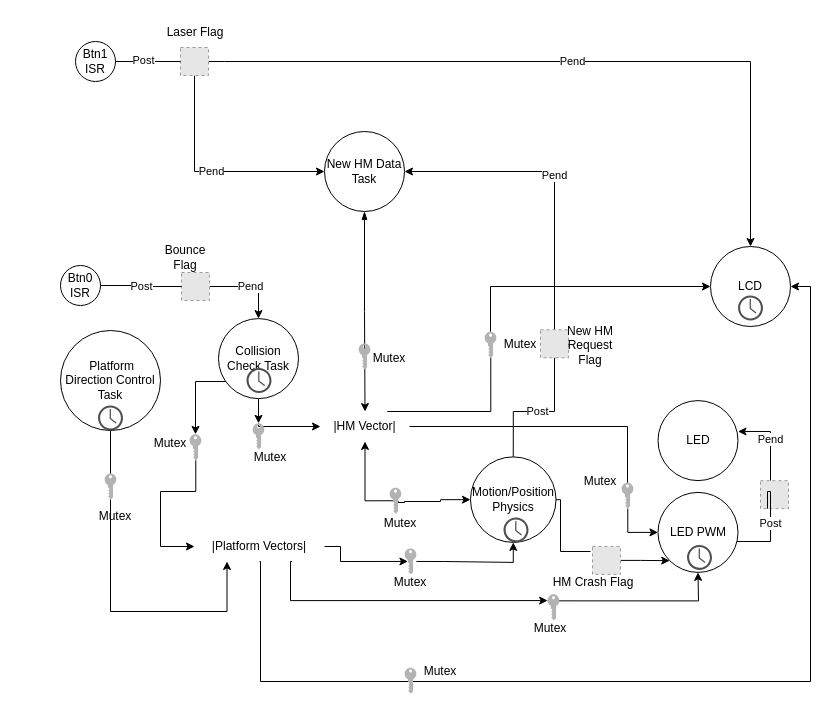
Earlier version of the draw.io diagram Tommy_Ramirez_ECEN3753_HarkonnenPong.drawio.xml (thra6614/Tommy_Ramirez_ECEN3753_Project_HarkonnenPong). Source tidied: cells renumbered, new cells numbered last; positions are measured from the earlier drawing's top-left corner, leaving out a move shared by most shapes. Both pictures are drawn from the tidied source at 100%, with x=0, y=0 at pixel (60, 17). Pictures stored in the file or linked from it are replaced by grey dashed boxes.
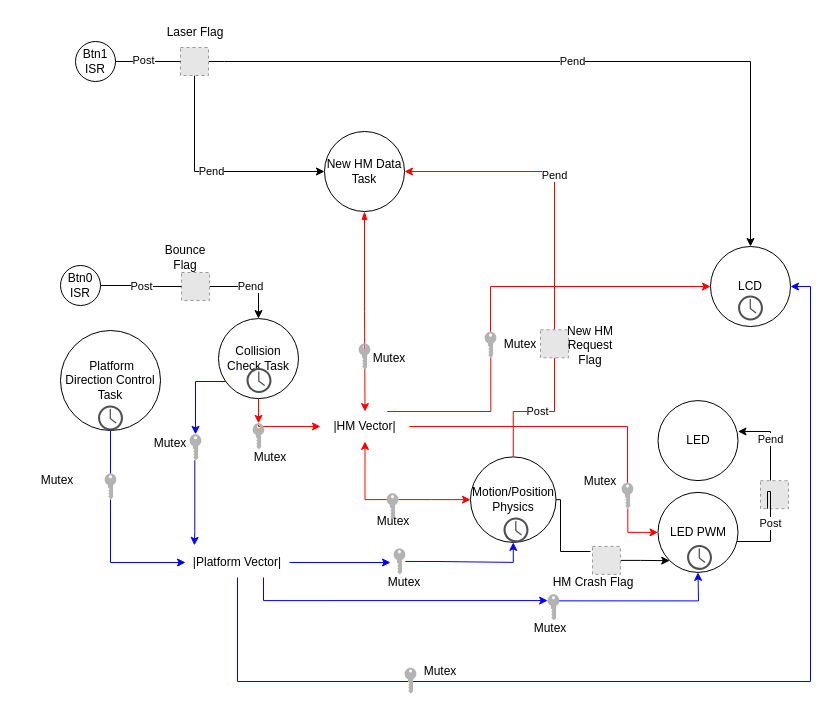
After the change.

The change refers to these unchanged cells:
```xml
<mxCell id="3" value="&amp;nbsp;Platform Direction Control Task" style="ellipse;whiteSpace=wrap;html=1;" parent="1" vertex="1">
  <mxGeometry y="313" width="100" height="100" as="geometry" />
</mxCell>
<mxCell id="9" value="New HM Data Task" style="ellipse;whiteSpace=wrap;html=1;" parent="1" vertex="1">
  <mxGeometry x="264" y="114" width="80" height="80" as="geometry" />
</mxCell>
<mxCell id="10" value="LCD" style="ellipse;whiteSpace=wrap;html=1;" parent="1" vertex="1">
  <mxGeometry x="650" y="229" width="80" height="80" as="geometry" />
</mxCell>
<mxCell id="15" value="Motion/Position Physics" style="ellipse;whiteSpace=wrap;html=1;" parent="1" vertex="1">
  <mxGeometry x="410" y="439.4" width="85.5" height="85.5" as="geometry" />
</mxCell>
<mxCell id="21" value="Collision Check Task" style="ellipse;whiteSpace=wrap;html=1;" parent="1" vertex="1">
  <mxGeometry x="158" y="301.1" width="80" height="80" as="geometry" />
</mxCell>
<mxCell id="31" style="points=[[0,0.5,0],[0.24,0,0],[0.5,0.28,0],[0.995,0.475,0],[0.5,0.72,0],[0.24,1,0]];verticalLabelPosition=bottom;sketch=0;html=1;verticalAlign=top;align=center;shape=mxgraph.cisco19.key;fillColor=#B3B3B3;strokeColor=none;rotation=90;" parent="1" vertex="1">
  <mxGeometry x="37" y="463.1" width="26" height="11.7" as="geometry" />
</mxCell>
<mxCell id="37" style="points=[[0,0.5,0],[0.24,0,0],[0.5,0.28,0],[0.995,0.475,0],[0.5,0.72,0],[0.24,1,0]];verticalLabelPosition=bottom;sketch=0;html=1;verticalAlign=top;align=center;shape=mxgraph.cisco19.key;fillColor=#B3B3B3;strokeColor=none;rotation=90;" parent="1" vertex="1">
  <mxGeometry x="122" y="424" width="26" height="11.7" as="geometry" />
</mxCell>
<mxCell id="45" value="|HM Vector|" style="text;html=1;strokeColor=none;fillColor=none;align=center;verticalAlign=middle;whiteSpace=wrap;rounded=0;" parent="1" vertex="1">
  <mxGeometry x="260" y="394" width="89" height="30" as="geometry" />
</mxCell>
<mxCell id="49" style="points=[[0,0.5,0],[0.24,0,0],[0.5,0.28,0],[0.995,0.475,0],[0.5,0.72,0],[0.24,1,0]];verticalLabelPosition=bottom;sketch=0;html=1;verticalAlign=top;align=center;shape=mxgraph.cisco19.key;fillColor=#B3B3B3;strokeColor=none;rotation=90;" parent="1" vertex="1">
  <mxGeometry x="185" y="413" width="26" height="11.7" as="geometry" />
</mxCell>
<mxCell id="52" value="LED PWM" style="ellipse;whiteSpace=wrap;html=1;" parent="1" vertex="1">
  <mxGeometry x="597.5" y="474.9" width="80" height="80" as="geometry" />
</mxCell>
<mxCell id="54" style="points=[[0,0.5,0],[0.24,0,0],[0.5,0.28,0],[0.995,0.475,0],[0.5,0.72,0],[0.24,1,0]];verticalLabelPosition=bottom;sketch=0;html=1;verticalAlign=top;align=center;shape=mxgraph.cisco19.key;fillColor=#B3B3B3;strokeColor=none;rotation=90;" parent="1" vertex="1">
  <mxGeometry x="480" y="584" width="26" height="11.7" as="geometry" />
</mxCell>
<mxCell id="60" style="points=[[0,0.5,0],[0.24,0,0],[0.5,0.28,0],[0.995,0.475,0],[0.5,0.72,0],[0.24,1,0]];verticalLabelPosition=bottom;sketch=0;html=1;verticalAlign=top;align=center;shape=mxgraph.cisco19.key;fillColor=#B3B3B3;strokeColor=none;rotation=90;" parent="1" vertex="1">
  <mxGeometry x="554" y="472.3" width="26" height="11.7" as="geometry" />
</mxCell>
<mxCell id="64" style="points=[[0,0.5,0],[0.24,0,0],[0.5,0.28,0],[0.995,0.475,0],[0.5,0.72,0],[0.24,1,0]];verticalLabelPosition=bottom;sketch=0;html=1;verticalAlign=top;align=center;shape=mxgraph.cisco19.key;fillColor=#B3B3B3;strokeColor=none;rotation=90;" parent="1" vertex="1">
  <mxGeometry x="417" y="321.4" width="26" height="11.7" as="geometry" />
</mxCell>
<mxCell id="67" style="fillColor=#E6E6E6;strokeColor=#999999;dashed=1;html=1;verticalAlign=top;verticalLabelPosition=bottom;labelBackgroundColor=#ffffff;" parent="1" vertex="1">
  <mxGeometry x="480" y="312.3" width="28" height="28" as="geometry" />
</mxCell>
```

The edit, as a diff of the source:
```diff
@@
-    <mxCell id="2" style="edgeStyle=orthogonalEdgeStyle;rounded=0;jettySize=auto;html=1;entryX=0.25;entryY=1;entryDx=0;entryDy=0;startArrow=none;" parent="1" edge="1" source="31" target="25">
+    <mxCell id="2" style="edgeStyle=orthogonalEdgeStyle;rounded=0;jettySize=auto;html=1;entryX=0;entryY=0.5;entryDx=0;entryDy=0;startArrow=none;strokeColor=#0000FF;" parent="1" edge="1" source="31" target="25">
       <mxGeometry relative="1" as="geometry">
         <Array as="points">
-          <mxPoint x="50" y="594" />
-          <mxPoint x="167" y="594" />
+          <mxPoint x="50" y="545" />
         </Array>
       </mxGeometry>
     </mxCell>
@@
-    <mxCell id="8" style="edgeStyle=orthogonalEdgeStyle;rounded=0;jettySize=auto;html=1;entryX=0.5;entryY=0;entryDx=0;entryDy=0;endArrow=classic;endFill=1;startArrow=blockThin;startFill=1;" parent="1" edge="1" source="9" target="45">
+    <mxCell id="8" style="edgeStyle=orthogonalEdgeStyle;rounded=0;jettySize=auto;html=1;entryX=0.5;entryY=0;entryDx=0;entryDy=0;endArrow=classic;endFill=1;startArrow=blockThin;startFill=1;strokeColor=#FF0000;" parent="1" edge="1" source="9" target="45">
       <mxGeometry relative="1" as="geometry" />
     </mxCell>
@@
-    <mxCell id="13" value="Pend" style="edgeStyle=orthogonalEdgeStyle;rounded=0;jettySize=auto;html=1;entryX=1;entryY=0.5;entryDx=0;entryDy=0;startArrow=none;startFill=0;endArrow=classic;endFill=1;" parent="1" edge="1" source="67" target="9">
+    <mxCell id="13" value="Pend" style="edgeStyle=orthogonalEdgeStyle;rounded=0;jettySize=auto;html=1;entryX=1;entryY=0.5;entryDx=0;entryDy=0;startArrow=none;startFill=0;endArrow=classic;endFill=1;strokeColor=#FF0000;" parent="1" edge="1" source="67" target="9">
       <mxGeometry relative="1" as="geometry">
         <Array as="points">
           <mxPoint x="494" y="154" />
         </Array>
       </mxGeometry>
     </mxCell>
@@
-    <mxCell id="18" style="edgeStyle=orthogonalEdgeStyle;rounded=0;jettySize=auto;html=1;entryX=0;entryY=0.5;entryDx=0;entryDy=0;startArrow=none;exitX=0.995;exitY=0.475;exitDx=0;exitDy=0;exitPerimeter=0;" parent="1" edge="1" source="37" target="25">
+    <mxCell id="18" style="edgeStyle=orthogonalEdgeStyle;rounded=0;jettySize=auto;html=1;startArrow=none;exitX=0.995;exitY=0.475;exitDx=0;exitDy=0;exitPerimeter=0;entryX=0.085;entryY=-0.072;entryDx=0;entryDy=0;entryPerimeter=0;strokeColor=#0000FF;" parent="1" edge="1" target="25">
       <mxGeometry relative="1" as="geometry">
+        <mxPoint x="134.3" y="442.7" as="sourcePoint" />
         <Array as="points">
-          <mxPoint x="135" y="474" />
-          <mxPoint x="100" y="474" />
-          <mxPoint x="100" y="529" />
+          <mxPoint x="134" y="514" />
+          <mxPoint x="133" y="514" />
         </Array>
       </mxGeometry>
     </mxCell>
-    <mxCell id="19" style="edgeStyle=orthogonalEdgeStyle;rounded=0;jettySize=auto;html=1;entryX=0;entryY=0.5;entryDx=0;entryDy=0;endArrow=classic;endFill=1;startArrow=none;" parent="1" edge="1" source="49" target="45">
+    <mxCell id="19" style="edgeStyle=orthogonalEdgeStyle;rounded=0;jettySize=auto;html=1;entryX=0;entryY=0.5;entryDx=0;entryDy=0;endArrow=classic;endFill=1;startArrow=none;strokeColor=#FF0000;" parent="1" edge="1" source="49" target="45">
       <mxGeometry relative="1" as="geometry">
         <Array as="points">
           <mxPoint x="198" y="409" />
         </Array>
       </mxGeometry>
     </mxCell>
-    <mxCell id="20" style="edgeStyle=orthogonalEdgeStyle;rounded=0;jettySize=auto;html=1;entryX=0;entryY=0.5;entryDx=0;entryDy=0;entryPerimeter=0;startArrow=none;startFill=0;endArrow=classic;endFill=1;" parent="1" edge="1" source="21" target="49">
+    <mxCell id="20" style="edgeStyle=orthogonalEdgeStyle;rounded=0;jettySize=auto;html=1;entryX=0;entryY=0.5;entryDx=0;entryDy=0;entryPerimeter=0;startArrow=none;startFill=0;endArrow=classic;endFill=1;strokeColor=#FF0000;" parent="1" edge="1" source="21" target="49">
       <mxGeometry relative="1" as="geometry" />
     </mxCell>
@@
-    <mxCell id="22" style="edgeStyle=orthogonalEdgeStyle;rounded=0;jettySize=auto;html=1;entryX=0.5;entryY=1;entryDx=0;entryDy=0;startArrow=none;" parent="1" edge="1" source="34" target="15">
+    <mxCell id="22" style="edgeStyle=orthogonalEdgeStyle;rounded=0;jettySize=auto;html=1;entryX=0.5;entryY=1;entryDx=0;entryDy=0;startArrow=none;strokeColor=#0000FF;" parent="1" edge="1" source="34" target="15">
       <mxGeometry relative="1" as="geometry" />
     </mxCell>
-    <mxCell id="23" style="edgeStyle=orthogonalEdgeStyle;rounded=0;jettySize=auto;html=1;exitX=0.25;exitY=1;exitDx=0;exitDy=0;startArrow=none;startFill=0;endArrow=classic;endFill=1;" parent="1" edge="1" source="54" target="52">
+    <mxCell id="23" style="edgeStyle=orthogonalEdgeStyle;rounded=0;jettySize=auto;html=1;exitX=0.25;exitY=1;exitDx=0;exitDy=0;startArrow=none;startFill=0;endArrow=classic;endFill=1;strokeColor=#0000FF;" parent="1" edge="1" source="54" target="52">
       <mxGeometry relative="1" as="geometry">
         <Array as="points">
           <mxPoint x="638" y="583" />
         </Array>
       </mxGeometry>
     </mxCell>
-    <mxCell id="24" style="edgeStyle=orthogonalEdgeStyle;rounded=0;jettySize=auto;html=1;entryX=1;entryY=0.5;entryDx=0;entryDy=0;startArrow=none;startFill=0;endArrow=classic;endFill=1;exitX=0.5;exitY=1;exitDx=0;exitDy=0;" parent="1" edge="1" source="25" target="10">
+    <mxCell id="24" style="edgeStyle=orthogonalEdgeStyle;rounded=0;jettySize=auto;html=1;entryX=1;entryY=0.5;entryDx=0;entryDy=0;startArrow=none;startFill=0;endArrow=classic;endFill=1;exitX=0.5;exitY=1;exitDx=0;exitDy=0;strokeColor=#0000FF;" parent="1" edge="1" source="25" target="10">
       <mxGeometry relative="1" as="geometry">
         <Array as="points">
-          <mxPoint x="200" y="544" />
-          <mxPoint x="200" y="664" />
+          <mxPoint x="177" y="664" />
           <mxPoint x="750" y="664" />
           <mxPoint x="750" y="269" />
         </Array>
       </mxGeometry>
     </mxCell>
+    <mxCell id="77" style="edgeStyle=orthogonalEdgeStyle;rounded=0;jettySize=auto;html=1;exitX=1;exitY=0.5;exitDx=0;exitDy=0;strokeColor=#0000FF;" parent="1" edge="1" source="25">
+      <mxGeometry relative="1" as="geometry">
+        <mxPoint x="330" y="545" as="targetPoint" />
+      </mxGeometry>
+    </mxCell>
-    <mxCell id="25" value="|Platform Vectors|" style="text;html=1;strokeColor=none;fillColor=none;align=center;verticalAlign=middle;whiteSpace=wrap;rounded=0;" parent="1" vertex="1">
-      <mxGeometry x="134" y="514" width="130" height="30" as="geometry" />
+    <mxCell id="25" value="|Platform Vector|" style="text;html=1;strokeColor=none;fillColor=none;align=center;verticalAlign=middle;whiteSpace=wrap;rounded=0;" parent="1" vertex="1">
+      <mxGeometry x="125" y="530" width="104" height="30" as="geometry" />
     </mxCell>
@@
-    <mxCell id="32" style="edgeStyle=orthogonalEdgeStyle;rounded=0;jettySize=auto;html=1;entryX=0;entryY=0.5;entryDx=0;entryDy=0;endArrow=none;" parent="1" edge="1" source="3" target="31">
+    <mxCell id="32" style="edgeStyle=orthogonalEdgeStyle;rounded=0;jettySize=auto;html=1;entryX=0;entryY=0.5;entryDx=0;entryDy=0;endArrow=none;strokeColor=#0000FF;" parent="1" edge="1" source="3" target="31">
       <mxGeometry relative="1" as="geometry" />
     </mxCell>
     <mxCell id="33" value="Mutex" style="text;html=1;strokeColor=none;fillColor=none;align=center;verticalAlign=middle;whiteSpace=wrap;rounded=0;" parent="1" vertex="1">
-      <mxGeometry x="15" y="484" width="80" height="30" as="geometry" />
+      <mxGeometry x="-43" y="448.4" width="80" height="30" as="geometry" />
     </mxCell>
     <mxCell id="34" style="points=[[0,0.5,0],[0.24,0,0],[0.5,0.28,0],[0.995,0.475,0],[0.5,0.72,0],[0.24,1,0]];verticalLabelPosition=bottom;sketch=0;html=1;verticalAlign=top;align=center;shape=mxgraph.cisco19.key;fillColor=#B3B3B3;strokeColor=none;rotation=90;" parent="1" vertex="1">
-      <mxGeometry x="337" y="538.1" width="26" height="11.7" as="geometry" />
+      <mxGeometry x="326" y="538.1" width="26" height="11.7" as="geometry" />
     </mxCell>
-    <mxCell id="35" style="edgeStyle=orthogonalEdgeStyle;rounded=0;jettySize=auto;html=1;endArrow=classic;endFill=1;entryX=0.5;entryY=0.72;entryDx=0;entryDy=0;entryPerimeter=0;exitX=1;exitY=0.5;exitDx=0;exitDy=0;" parent="1" edge="1" source="25" target="34">
-      <mxGeometry relative="1" as="geometry">
-        <Array as="points">
-          <mxPoint x="280" y="529" />
-          <mxPoint x="280" y="544" />
-        </Array>
-      </mxGeometry>
-    </mxCell>
     <mxCell id="36" value="Mutex" style="text;html=1;strokeColor=none;fillColor=none;align=center;verticalAlign=middle;whiteSpace=wrap;rounded=0;" parent="1" vertex="1">
-      <mxGeometry x="310" y="549.9" width="80" height="30" as="geometry" />
+      <mxGeometry x="304" y="549.9" width="80" height="30" as="geometry" />
     </mxCell>
@@
-    <mxCell id="38" style="edgeStyle=orthogonalEdgeStyle;rounded=0;jettySize=auto;html=1;endArrow=classic;entryX=0;entryY=0.5;entryDx=0;entryDy=0;entryPerimeter=0;endFill=1;" parent="1" edge="1" source="21" target="37">
+    <mxCell id="38" style="edgeStyle=orthogonalEdgeStyle;rounded=0;jettySize=auto;html=1;endArrow=classic;entryX=0;entryY=0.5;entryDx=0;entryDy=0;entryPerimeter=0;endFill=1;strokeColor=#0000FF;" parent="1" edge="1" source="21" target="37">
       <mxGeometry relative="1" as="geometry">
         <Array as="points">
           <mxPoint x="135" y="364" />
         </Array>
       </mxGeometry>
     </mxCell>
@@
-    <mxCell id="42" style="edgeStyle=orthogonalEdgeStyle;rounded=0;jettySize=auto;html=1;entryX=0;entryY=0.5;entryDx=0;entryDy=0;endArrow=classic;endFill=1;startArrow=none;startFill=1;exitX=0.5;exitY=0.28;exitDx=0;exitDy=0;exitPerimeter=0;" parent="1" edge="1" source="62" target="15">
+    <mxCell id="42" style="edgeStyle=orthogonalEdgeStyle;rounded=0;jettySize=auto;html=1;entryX=0;entryY=0.5;entryDx=0;entryDy=0;endArrow=classic;endFill=1;startArrow=none;startFill=1;exitX=0.24;exitY=0;exitDx=0;exitDy=0;exitPerimeter=0;strokeColor=#FF0000;" parent="1" edge="1" source="62" target="15">
       <mxGeometry relative="1" as="geometry">
         <Array as="points">
-          <mxPoint x="344" y="485" />
-          <mxPoint x="344" y="484" />
-          <mxPoint x="380" y="484" />
+          <mxPoint x="370" y="482" />
+          <mxPoint x="370" y="482" />
         </Array>
       </mxGeometry>
     </mxCell>
-    <mxCell id="43" style="edgeStyle=orthogonalEdgeStyle;rounded=0;jettySize=auto;html=1;exitX=0.995;exitY=0.475;exitDx=0;exitDy=0;entryX=0;entryY=0.5;entryDx=0;entryDy=0;startArrow=none;startFill=0;endArrow=classic;endFill=1;exitPerimeter=0;" parent="1" edge="1" source="60" target="52">
+    <mxCell id="43" style="edgeStyle=orthogonalEdgeStyle;rounded=0;jettySize=auto;html=1;exitX=0.995;exitY=0.475;exitDx=0;exitDy=0;entryX=0;entryY=0.5;entryDx=0;entryDy=0;startArrow=none;startFill=0;endArrow=classic;endFill=1;exitPerimeter=0;strokeColor=#FF0000;" parent="1" edge="1" source="60" target="52">
       <mxGeometry relative="1" as="geometry">
         <Array as="points">
           <mxPoint x="567" y="515" />
         </Array>
       </mxGeometry>
     </mxCell>
-    <mxCell id="44" style="edgeStyle=orthogonalEdgeStyle;rounded=0;jettySize=auto;html=1;entryX=0;entryY=0.5;entryDx=0;entryDy=0;startArrow=none;startFill=0;endArrow=classic;endFill=1;exitX=0;exitY=0.5;exitDx=0;exitDy=0;exitPerimeter=0;" parent="1" edge="1" source="64" target="10">
+    <mxCell id="44" style="edgeStyle=orthogonalEdgeStyle;rounded=0;jettySize=auto;html=1;entryX=0;entryY=0.5;entryDx=0;entryDy=0;startArrow=none;startFill=0;endArrow=classic;endFill=1;exitX=0;exitY=0.5;exitDx=0;exitDy=0;exitPerimeter=0;strokeColor=#FF0000;" parent="1" edge="1" source="64" target="10">
       <mxGeometry relative="1" as="geometry">
         <Array as="points">
           <mxPoint x="430" y="269" />
         </Array>
       </mxGeometry>
     </mxCell>
@@
     <mxCell id="50" value="Mutex" style="text;html=1;strokeColor=none;fillColor=none;align=center;verticalAlign=middle;whiteSpace=wrap;rounded=0;" parent="1" vertex="1">
-      <mxGeometry x="300" y="491.2" width="80" height="30" as="geometry" />
+      <mxGeometry x="293" y="489.2" width="80" height="30" as="geometry" />
     </mxCell>
@@
-    <mxCell id="55" style="edgeStyle=orthogonalEdgeStyle;rounded=0;jettySize=auto;html=1;exitX=0.75;exitY=1;exitDx=0;exitDy=0;startArrow=none;startFill=0;endArrow=classic;endFill=1;entryX=0.24;entryY=1;entryDx=0;entryDy=0;entryPerimeter=0;" parent="1" edge="1" source="25" target="54">
+    <mxCell id="55" style="edgeStyle=orthogonalEdgeStyle;rounded=0;jettySize=auto;html=1;exitX=0.75;exitY=1;exitDx=0;exitDy=0;startArrow=none;startFill=0;endArrow=classic;endFill=1;entryX=0.24;entryY=1;entryDx=0;entryDy=0;entryPerimeter=0;strokeColor=#0000FF;" parent="1" edge="1" source="25" target="54">
       <mxGeometry relative="1" as="geometry">
         <Array as="points">
-          <mxPoint x="230" y="544" />
-          <mxPoint x="230" y="583" />
+          <mxPoint x="203" y="583" />
         </Array>
       </mxGeometry>
     </mxCell>
@@
-    <mxCell id="61" style="edgeStyle=orthogonalEdgeStyle;rounded=0;jettySize=auto;html=1;exitX=1;exitY=0.5;exitDx=0;exitDy=0;entryX=0;entryY=0.5;entryDx=0;entryDy=0;startArrow=none;startFill=0;endArrow=none;endFill=1;" parent="1" edge="1" source="45">
+    <mxCell id="61" style="edgeStyle=orthogonalEdgeStyle;rounded=0;jettySize=auto;html=1;exitX=1;exitY=0.5;exitDx=0;exitDy=0;entryX=0;entryY=0.5;entryDx=0;entryDy=0;startArrow=none;startFill=0;endArrow=none;endFill=1;strokeColor=#FF0000;" parent="1" edge="1" source="45">
       <mxGeometry relative="1" as="geometry">
         <mxPoint x="567" y="465.1" as="targetPoint" />
         <Array as="points">
           <mxPoint x="567" y="409" />
         </Array>
       </mxGeometry>
     </mxCell>
     <mxCell id="62" style="points=[[0,0.5,0],[0.24,0,0],[0.5,0.28,0],[0.995,0.475,0],[0.5,0.72,0],[0.24,1,0]];verticalLabelPosition=bottom;sketch=0;html=1;verticalAlign=top;align=center;shape=mxgraph.cisco19.key;fillColor=#B3B3B3;strokeColor=none;rotation=90;" parent="1" vertex="1">
-      <mxGeometry x="322" y="477.4" width="26" height="11.7" as="geometry" />
+      <mxGeometry x="319" y="483" width="26" height="11.7" as="geometry" />
     </mxCell>
-    <mxCell id="63" style="edgeStyle=orthogonalEdgeStyle;rounded=0;jettySize=auto;html=1;entryX=0.5;entryY=0.72;entryDx=0;entryDy=0;endArrow=none;endFill=1;startArrow=classic;startFill=1;exitX=0.5;exitY=1;exitDx=0;exitDy=0;entryPerimeter=0;" parent="1" edge="1" source="45" target="62">
+    <mxCell id="63" style="edgeStyle=orthogonalEdgeStyle;rounded=0;jettySize=auto;html=1;endArrow=none;endFill=1;startArrow=classic;startFill=1;exitX=0.5;exitY=1;exitDx=0;exitDy=0;entryX=0.24;entryY=1;entryDx=0;entryDy=0;entryPerimeter=0;strokeColor=#FF0000;" parent="1" edge="1" source="45" target="62">
       <mxGeometry relative="1" as="geometry">
         <Array as="points">
-          <mxPoint x="305" y="484" />
+          <mxPoint x="305" y="482" />
         </Array>
       </mxGeometry>
     </mxCell>
@@
-    <mxCell id="65" style="edgeStyle=orthogonalEdgeStyle;rounded=0;jettySize=auto;html=1;exitX=0.75;exitY=0;exitDx=0;exitDy=0;startArrow=none;startFill=0;endArrow=none;endFill=1;entryX=0.995;entryY=0.475;entryDx=0;entryDy=0;entryPerimeter=0;" parent="1" edge="1" source="45" target="64">
+    <mxCell id="65" style="edgeStyle=orthogonalEdgeStyle;rounded=0;jettySize=auto;html=1;exitX=0.75;exitY=0;exitDx=0;exitDy=0;startArrow=none;startFill=0;endArrow=none;endFill=1;entryX=0.995;entryY=0.475;entryDx=0;entryDy=0;entryPerimeter=0;strokeColor=#FF0000;" parent="1" edge="1" source="45" target="64">
       <mxGeometry relative="1" as="geometry">
         <Array as="points">
           <mxPoint x="430" y="394" />
         </Array>
       </mxGeometry>
     </mxCell>
@@
-    <mxCell id="68" value="Post" style="edgeStyle=orthogonalEdgeStyle;rounded=0;jettySize=auto;html=1;entryX=0.5;entryY=1;entryDx=0;entryDy=0;startArrow=none;startFill=0;endArrow=none;endFill=1;exitX=0.5;exitY=0;exitDx=0;exitDy=0;" parent="1" edge="1" source="15" target="67">
+    <mxCell id="68" value="Post" style="edgeStyle=orthogonalEdgeStyle;rounded=0;jettySize=auto;html=1;entryX=0.5;entryY=1;entryDx=0;entryDy=0;startArrow=none;startFill=0;endArrow=none;endFill=1;exitX=0.5;exitY=0;exitDx=0;exitDy=0;strokeColor=#FF0000;" parent="1" edge="1" source="15" target="67">
       <mxGeometry relative="1" as="geometry">
         <Array as="points">
           <mxPoint x="453" y="394" />
           <mxPoint x="494" y="394" />
         </Array>
       </mxGeometry>
     </mxCell>
```
